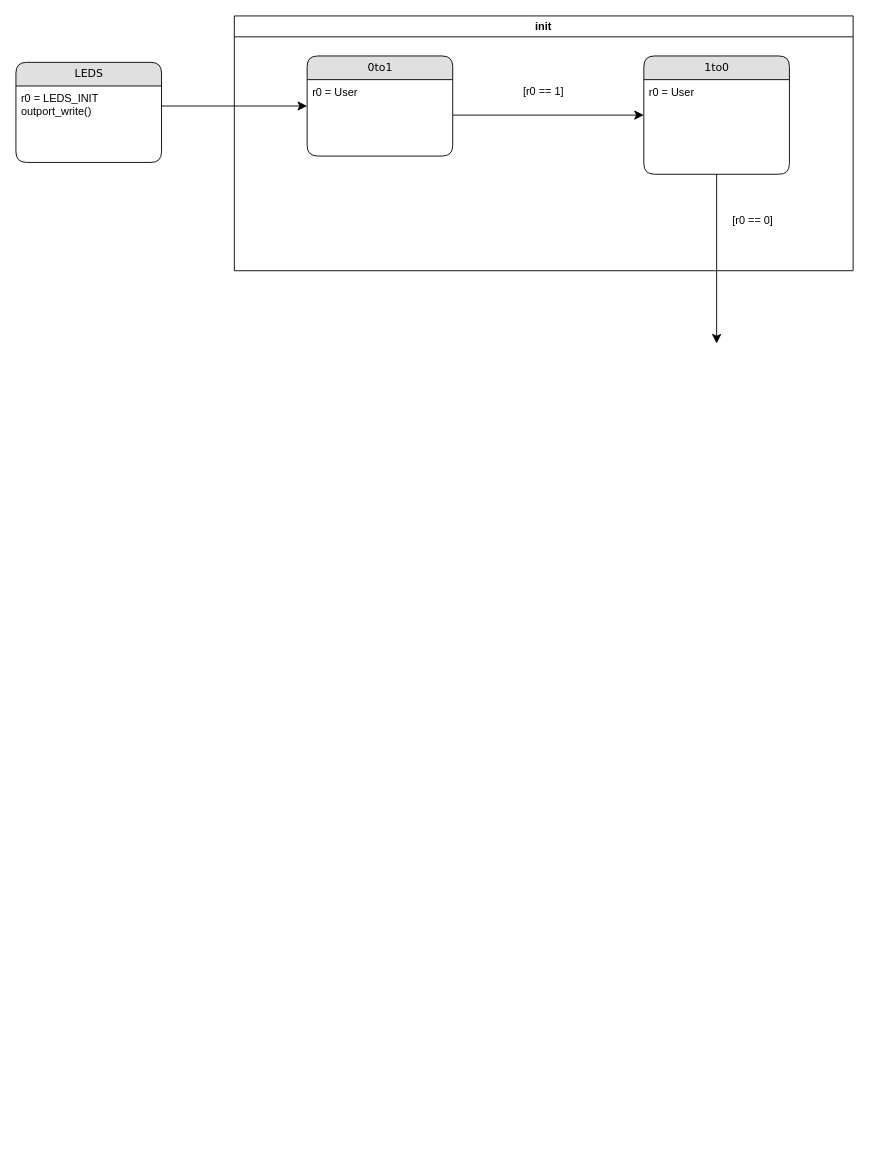
Earlier version of the draw.io diagram Trab4/init.drawio (s8nm4m/AC). Source tidied: cells renumbered, new cells numbered last; positions are measured from the earlier drawing's top-left corner, leaving out a move shared by most shapes. Both pictures are drawn from the tidied source at 91%, with x=0, y=0 at pixel (15, 15).
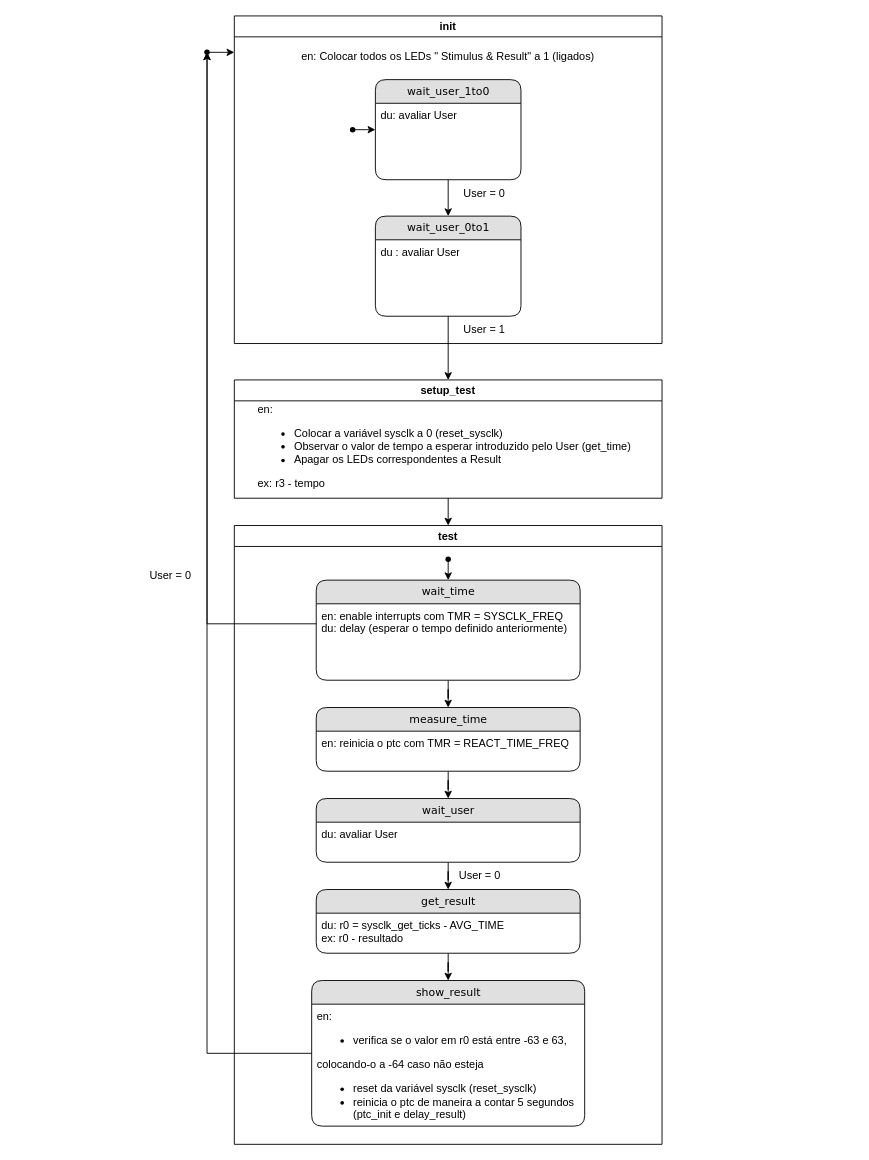
After the change.

Diff of the diagram source:
```diff
@@
-    <mxCell id="2" value="1to0" style="swimlane;html=1;fontStyle=0;horizontal=1;startSize=26;fillColor=#e0e0e0;swimlaneFillColor=#ffffff;align=center;rounded=1;shadow=0;comic=0;labelBackgroundColor=none;strokeWidth=1;fontFamily=Verdana;fontSize=12;" parent="1" vertex="1">
-      <mxGeometry x="690" y="44" width="160" height="130" as="geometry" />
-    </mxCell>
-    <mxCell id="3" value="r0 = User" style="text;html=1;strokeColor=none;fillColor=none;spacingLeft=4;spacingRight=4;whiteSpace=wrap;overflow=hidden;" parent="2" vertex="1">
-      <mxGeometry y="26" width="160" height="26" as="geometry" />
-    </mxCell>
-    <mxCell id="4" style="edgeStyle=orthogonalEdgeStyle;html=1;labelBackgroundColor=none;startFill=0;startSize=8;endFill=1;endSize=8;fontFamily=Verdana;fontSize=12;" parent="1" edge="1" source="2">
-      <mxGeometry relative="1" as="geometry">
-        <mxPoint x="770" y="360" as="targetPoint" />
-      </mxGeometry>
-    </mxCell>
-    <mxCell id="5" style="edgeStyle=orthogonalEdgeStyle;html=1;entryX=0;entryY=0.5;labelBackgroundColor=none;startFill=0;startSize=8;endFill=1;endSize=8;fontFamily=Verdana;fontSize=12;" parent="1" edge="1">
-      <mxGeometry relative="1" as="geometry">
-        <mxPoint x="480" y="109" as="sourcePoint" />
-        <mxPoint x="690" y="109" as="targetPoint" />
-      </mxGeometry>
-    </mxCell>
     <mxCell id="6" value="init" style="swimlane;whiteSpace=wrap;html=1;" parent="1" vertex="1">
-      <mxGeometry x="240" width="680" height="280" as="geometry" />
+      <mxGeometry x="240" width="470" height="360" as="geometry" />
     </mxCell>
+    <mxCell id="14" style="edgeStyle=orthogonalEdgeStyle;rounded=0;jettySize=auto;html=1;entryX=0.5;entryY=0;entryDx=0;entryDy=0;" parent="6" edge="1" source="7" target="2">
+      <mxGeometry relative="1" as="geometry" />
+    </mxCell>
-    <mxCell id="7" value="0to1" style="swimlane;html=1;fontStyle=0;horizontal=1;startSize=26;fillColor=#e0e0e0;swimlaneFillColor=#ffffff;align=center;rounded=1;shadow=0;comic=0;labelBackgroundColor=none;strokeWidth=1;fontFamily=Verdana;fontSize=12;" parent="6" vertex="1">
-      <mxGeometry x="80" y="44" width="160" height="110" as="geometry" />
+    <mxCell id="7" value="wait_user_1to0" style="swimlane;html=1;fontStyle=0;horizontal=1;startSize=26;fillColor=#e0e0e0;swimlaneFillColor=#ffffff;align=center;rounded=1;shadow=0;comic=0;labelBackgroundColor=none;strokeWidth=1;fontFamily=Verdana;fontSize=12;" parent="6" vertex="1">
+      <mxGeometry x="155" y="70" width="160" height="110" as="geometry" />
     </mxCell>
-    <mxCell id="8" value="r0 = User&amp;nbsp;" style="text;html=1;strokeColor=none;fillColor=none;spacingLeft=4;spacingRight=4;whiteSpace=wrap;overflow=hidden;" parent="7" vertex="1">
+    <mxCell id="8" value="du: avaliar User" style="text;html=1;strokeColor=none;fillColor=none;spacingLeft=4;spacingRight=4;whiteSpace=wrap;overflow=hidden;" parent="7" vertex="1">
       <mxGeometry y="26" width="160" height="26" as="geometry" />
     </mxCell>
-    <mxCell id="9" value="[r0 == 1]" style="text;html=1;strokeColor=none;fillColor=none;align=center;verticalAlign=middle;whiteSpace=wrap;rounded=0;" parent="6" vertex="1">
-      <mxGeometry x="310" y="68" width="60" height="30" as="geometry" />
+    <mxCell id="9" value="User = 0" style="text;html=1;strokeColor=none;fillColor=none;align=center;verticalAlign=middle;whiteSpace=wrap;rounded=0;" parent="6" vertex="1">
+      <mxGeometry x="240" y="180" width="70" height="30" as="geometry" />
     </mxCell>
-    <mxCell id="10" value="[r0 == 0]" style="text;html=1;strokeColor=none;fillColor=none;align=center;verticalAlign=middle;whiteSpace=wrap;rounded=0;" parent="6" vertex="1">
-      <mxGeometry x="540" y="210" width="60" height="30" as="geometry" />
+    <mxCell id="10" value="User = 1" style="text;html=1;strokeColor=none;fillColor=none;align=center;verticalAlign=middle;whiteSpace=wrap;rounded=0;" parent="6" vertex="1">
+      <mxGeometry x="240" y="330" width="70" height="30" as="geometry" />
     </mxCell>
-    <mxCell id="11" style="edgeStyle=orthogonalEdgeStyle;html=1;labelBackgroundColor=none;startFill=0;startSize=8;endFill=1;endSize=8;fontFamily=Verdana;fontSize=12;exitX=1;exitY=0.5;entryX=0;entryY=0.5;entryDx=0;entryDy=0;exitDx=0;exitDy=0;" parent="1" edge="1" source="13" target="7">
-      <mxGeometry relative="1" as="geometry" />
-    </mxCell>
-    <mxCell id="12" value="LEDS" style="swimlane;html=1;fontStyle=0;horizontal=1;startSize=26;fillColor=#e0e0e0;swimlaneFillColor=#ffffff;align=center;rounded=1;shadow=0;comic=0;labelBackgroundColor=none;strokeWidth=1;fontFamily=Verdana;fontSize=12;" parent="1" vertex="1">
-      <mxGeometry y="51" width="160" height="110" as="geometry" />
-    </mxCell>
-    <mxCell id="13" value="r0 = LEDS_INIT&lt;br&gt;outport_write()" style="text;html=1;strokeColor=none;fillColor=none;spacingLeft=4;spacingRight=4;whiteSpace=wrap;overflow=hidden;points=[[0,0.5],[1,0.5]];portConstraint=eastwest;" parent="12" vertex="1">
-      <mxGeometry y="26" width="160" height="44" as="geometry" />
-    </mxCell>
+    <mxCell id="2" value="wait_user_0to1" style="swimlane;html=1;fontStyle=0;horizontal=1;startSize=26;fillColor=#e0e0e0;swimlaneFillColor=#ffffff;align=center;rounded=1;shadow=0;comic=0;labelBackgroundColor=none;strokeWidth=1;fontFamily=Verdana;fontSize=12;" parent="6" vertex="1">
+      <mxGeometry x="155" y="220" width="160" height="110" as="geometry" />
+    </mxCell>
+    <mxCell id="3" value="du : avaliar User" style="text;html=1;strokeColor=none;fillColor=none;spacingLeft=4;spacingRight=4;whiteSpace=wrap;overflow=hidden;" parent="2" vertex="1">
+      <mxGeometry y="26" width="160" height="26" as="geometry" />
+    </mxCell>
+    <mxCell id="15" value="en: Colocar todos os LEDs &quot; Stimulus &amp;amp; Result&quot; a 1 (ligados)" style="text;html=1;strokeColor=none;fillColor=none;align=center;verticalAlign=middle;whiteSpace=wrap;rounded=0;" parent="6" vertex="1">
+      <mxGeometry x="65" y="30" width="340" height="30" as="geometry" />
+    </mxCell>
+    <mxCell id="16" style="edgeStyle=orthogonalEdgeStyle;rounded=0;jettySize=auto;html=1;entryX=0;entryY=0.5;entryDx=0;entryDy=0;" parent="6" edge="1" source="17" target="7">
+      <mxGeometry relative="1" as="geometry" />
+    </mxCell>
+    <mxCell id="17" style="shape=waypoint;sketch=0;size=6;points=[];fillColor=none;perimeter=centerPerimeter;snapToPoint=1;" parent="6" vertex="1">
+      <mxGeometry x="120" y="115" width="20" height="20" as="geometry" />
+    </mxCell>
+    <mxCell id="18" style="edgeStyle=orthogonalEdgeStyle;rounded=0;jettySize=auto;html=1;exitX=0.5;exitY=1;exitDx=0;exitDy=0;entryX=0.5;entryY=0;entryDx=0;entryDy=0;" parent="1" edge="1" source="19" target="22">
+      <mxGeometry relative="1" as="geometry" />
+    </mxCell>
+    <mxCell id="19" value="setup_test" style="swimlane;whiteSpace=wrap;html=1;startSize=23;" parent="1" vertex="1">
+      <mxGeometry x="240" y="400" width="470" height="130" as="geometry" />
+    </mxCell>
+    <mxCell id="20" value="&lt;div&gt;en:&lt;/div&gt;&lt;ul&gt;&lt;li&gt;Colocar a variável sysclk a 0 (reset_sysclk)&lt;/li&gt;&lt;li&gt;Observar o valor de tempo a esperar introduzido pelo User (get_time)&lt;/li&gt;&lt;li&gt;Apagar os LEDs correspondentes a Result&lt;/li&gt;&lt;/ul&gt;&lt;div&gt;ex: r3 - tempo&lt;/div&gt;" style="text;html=1;strokeColor=none;fillColor=none;align=left;verticalAlign=middle;whiteSpace=wrap;rounded=0;" parent="19" vertex="1">
+      <mxGeometry x="23.8" y="25" width="422.5" height="95" as="geometry" />
+    </mxCell>
+    <mxCell id="21" style="edgeStyle=orthogonalEdgeStyle;rounded=0;jettySize=auto;html=1;entryX=0.5;entryY=0;entryDx=0;entryDy=0;" parent="1" edge="1" source="2" target="19">
+      <mxGeometry relative="1" as="geometry" />
+    </mxCell>
+    <mxCell id="22" value="test" style="swimlane;whiteSpace=wrap;html=1;" parent="1" vertex="1">
+      <mxGeometry x="240" y="560" width="470" height="680" as="geometry" />
+    </mxCell>
+    <mxCell id="23" style="edgeStyle=orthogonalEdgeStyle;rounded=0;jettySize=auto;html=1;" parent="22" edge="1" source="24" target="27">
+      <mxGeometry relative="1" as="geometry" />
+    </mxCell>
+    <mxCell id="24" value="wait_time" style="swimlane;html=1;fontStyle=0;horizontal=1;startSize=26;fillColor=#e0e0e0;swimlaneFillColor=#ffffff;align=center;rounded=1;shadow=0;comic=0;labelBackgroundColor=none;strokeWidth=1;fontFamily=Verdana;fontSize=12;" parent="22" vertex="1">
+      <mxGeometry x="90" y="60" width="290" height="110" as="geometry" />
+    </mxCell>
+    <mxCell id="25" value="en: enable interrupts com TMR = SYSCLK_FREQ&lt;br&gt;du: delay (esperar o tempo definido anteriormente)" style="text;html=1;strokeColor=none;fillColor=none;spacingLeft=4;spacingRight=4;whiteSpace=wrap;overflow=hidden;points=[[0,0.5],[1,0.5]];portConstraint=eastwest;" parent="24" vertex="1">
+      <mxGeometry y="26" width="290" height="44" as="geometry" />
+    </mxCell>
+    <mxCell id="26" style="edgeStyle=orthogonalEdgeStyle;rounded=0;jettySize=auto;html=1;entryX=0.5;entryY=0;entryDx=0;entryDy=0;" parent="22" edge="1" source="27" target="30">
+      <mxGeometry relative="1" as="geometry" />
+    </mxCell>
+    <mxCell id="27" value="measure_time" style="swimlane;html=1;fontStyle=0;horizontal=1;startSize=26;fillColor=#e0e0e0;swimlaneFillColor=#ffffff;align=center;rounded=1;shadow=0;comic=0;labelBackgroundColor=none;strokeWidth=1;fontFamily=Verdana;fontSize=12;" parent="22" vertex="1">
+      <mxGeometry x="90" y="200" width="290" height="70" as="geometry" />
+    </mxCell>
+    <mxCell id="28" value="en: reinicia o ptc com TMR = REACT_TIME_FREQ&lt;br&gt;" style="text;html=1;strokeColor=none;fillColor=none;spacingLeft=4;spacingRight=4;whiteSpace=wrap;overflow=hidden;" parent="27" vertex="1">
+      <mxGeometry y="26" width="290" height="44" as="geometry" />
+    </mxCell>
+    <mxCell id="29" style="edgeStyle=orthogonalEdgeStyle;rounded=0;jettySize=auto;html=1;" parent="22" edge="1" source="30" target="33">
+      <mxGeometry relative="1" as="geometry" />
+    </mxCell>
+    <mxCell id="30" value="wait_user" style="swimlane;html=1;fontStyle=0;horizontal=1;startSize=26;fillColor=#e0e0e0;swimlaneFillColor=#ffffff;align=center;rounded=1;shadow=0;comic=0;labelBackgroundColor=none;strokeWidth=1;fontFamily=Verdana;fontSize=12;" parent="22" vertex="1">
+      <mxGeometry x="90" y="300" width="290" height="70" as="geometry" />
+    </mxCell>
+    <mxCell id="31" value="du: avaliar User" style="text;html=1;strokeColor=none;fillColor=none;spacingLeft=4;spacingRight=4;whiteSpace=wrap;overflow=hidden;" parent="30" vertex="1">
+      <mxGeometry y="26" width="290" height="44" as="geometry" />
+    </mxCell>
+    <mxCell id="32" style="edgeStyle=orthogonalEdgeStyle;rounded=0;jettySize=auto;html=1;" parent="22" edge="1" source="33" target="36">
+      <mxGeometry relative="1" as="geometry" />
+    </mxCell>
+    <mxCell id="33" value="get_result" style="swimlane;html=1;fontStyle=0;horizontal=1;startSize=26;fillColor=#e0e0e0;swimlaneFillColor=#ffffff;align=center;rounded=1;shadow=0;comic=0;labelBackgroundColor=none;strokeWidth=1;fontFamily=Verdana;fontSize=12;" parent="22" vertex="1">
+      <mxGeometry x="90" y="400" width="290" height="70" as="geometry" />
+    </mxCell>
+    <mxCell id="34" value="du: r0 = sysclk_get_ticks - AVG_TIME&lt;br&gt;ex: r0 - resultado&amp;nbsp;" style="text;html=1;strokeColor=none;fillColor=none;spacingLeft=4;spacingRight=4;whiteSpace=wrap;overflow=hidden;" parent="33" vertex="1">
+      <mxGeometry y="26" width="290" height="44" as="geometry" />
+    </mxCell>
+    <mxCell id="35" value="User = 0" style="text;html=1;strokeColor=none;fillColor=none;align=center;verticalAlign=middle;whiteSpace=wrap;rounded=0;" parent="22" vertex="1">
+      <mxGeometry x="240" y="370" width="60" height="30" as="geometry" />
+    </mxCell>
+    <mxCell id="36" value="show_result" style="swimlane;html=1;fontStyle=0;horizontal=1;startSize=26;fillColor=#e0e0e0;swimlaneFillColor=#ffffff;align=center;rounded=1;shadow=0;comic=0;labelBackgroundColor=none;strokeWidth=1;fontFamily=Verdana;fontSize=12;" parent="22" vertex="1">
+      <mxGeometry x="85" y="500" width="300" height="160" as="geometry" />
+    </mxCell>
+    <mxCell id="37" value="en: &lt;br&gt;&lt;ul&gt;&lt;li&gt;verifica se o valor em r0 está entre -63 e 63,&lt;/li&gt;&lt;/ul&gt;colocando-o a -64 caso não esteja&lt;br&gt;&lt;ul&gt;&lt;li&gt;reset da variável sysclk (reset_sysclk)&lt;/li&gt;&lt;li&gt;reinicia o ptc de maneira a contar 5 segundos (ptc_init e delay_result)&lt;/li&gt;&lt;/ul&gt;" style="text;html=1;strokeColor=none;fillColor=none;spacingLeft=4;spacingRight=4;whiteSpace=wrap;overflow=hidden;" parent="36" vertex="1">
+      <mxGeometry y="26" width="300" height="134" as="geometry" />
+    </mxCell>
+    <mxCell id="38" style="endArrow=classic;html=1;rounded=0;" parent="1" edge="1" source="39" target="24">
+      <mxGeometry relative="1" as="geometry" />
+    </mxCell>
+    <mxCell id="39" style="shape=waypoint;sketch=0;size=6;points=[];fillColor=none;perimeter=centerPerimeter;snapToPoint=1;" parent="1" vertex="1">
+      <mxGeometry x="465" y="587" width="20" height="20" as="geometry" />
+    </mxCell>
+    <mxCell id="40" style="edgeStyle=orthogonalEdgeStyle;rounded=0;jettySize=auto;html=1;" parent="1" edge="1" target="42">
+      <mxGeometry relative="1" as="geometry">
+        <mxPoint x="210" y="40" as="sourcePoint" />
+      </mxGeometry>
+    </mxCell>
+    <mxCell id="41" style="edgeStyle=orthogonalEdgeStyle;rounded=0;jettySize=auto;html=1;" parent="1" edge="1" source="42">
+      <mxGeometry relative="1" as="geometry">
+        <mxPoint x="240" y="40" as="targetPoint" />
+      </mxGeometry>
+    </mxCell>
+    <mxCell id="42" style="shape=waypoint;sketch=0;size=6;points=[];fillColor=none;perimeter=centerPerimeter;snapToPoint=1;" parent="1" vertex="1">
+      <mxGeometry x="200" y="30" width="20" height="20" as="geometry" />
+    </mxCell>
+    <mxCell id="43" style="edgeStyle=orthogonalEdgeStyle;rounded=0;jettySize=auto;html=1;entryX=0.412;entryY=1.34;entryDx=0;entryDy=0;entryPerimeter=0;" parent="1" edge="1" source="25" target="42">
+      <mxGeometry relative="1" as="geometry" />
+    </mxCell>
+    <mxCell id="44" value="User = 0" style="text;html=1;strokeColor=none;fillColor=none;align=center;verticalAlign=middle;whiteSpace=wrap;rounded=0;" parent="1" vertex="1">
+      <mxGeometry x="140" y="600" width="60" height="30" as="geometry" />
+    </mxCell>
+    <mxCell id="45" style="edgeStyle=orthogonalEdgeStyle;rounded=0;jettySize=auto;html=1;entryX=0.45;entryY=0.75;entryDx=0;entryDy=0;entryPerimeter=0;" parent="1" edge="1" source="36" target="42">
+      <mxGeometry relative="1" as="geometry" />
+    </mxCell>
```
